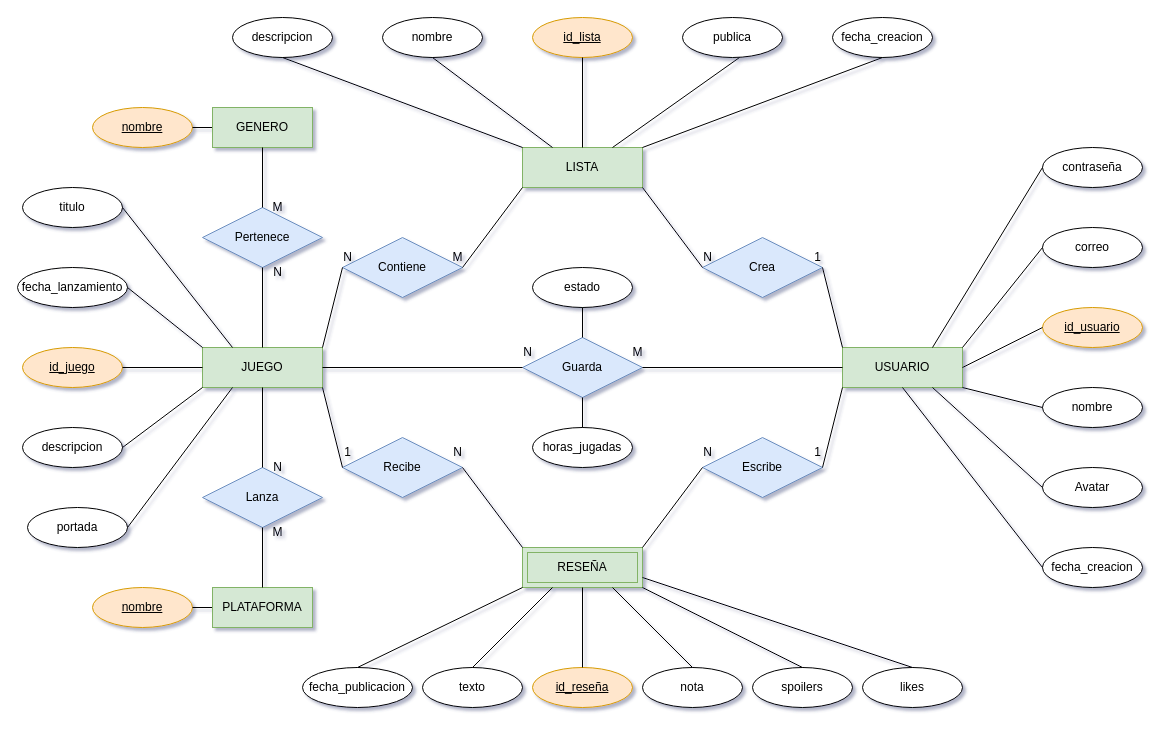
rodriss11sr/MemoryCard keeps this draw.io diagram as docs/diagramaBBDD_v1.drawio. Above is the earlier version. Source tidied: cells renumbered, new cells numbered last; positions are measured from the earlier drawing's top-left corner, leaving out a move shared by most shapes. Both pictures are drawn from the tidied source at 100%, with x=0, y=0 at pixel (17, 17).
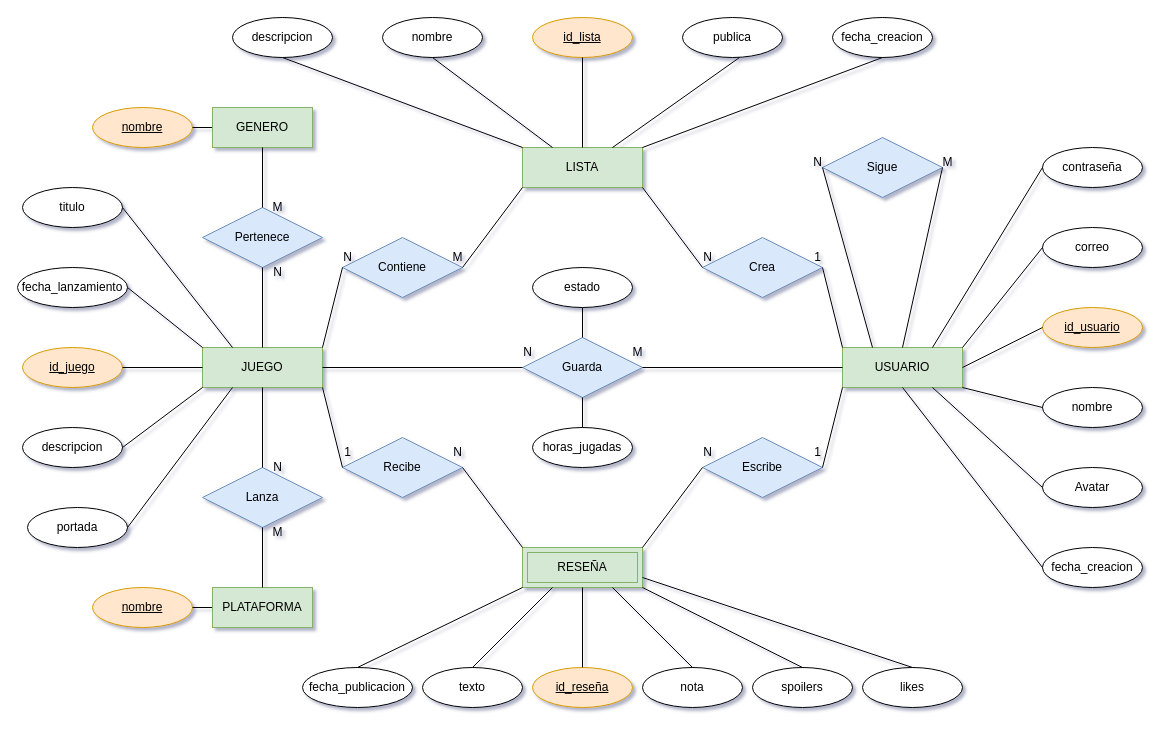
The same diagram, later.

Unchanged cells that the change refers to:
```xml
<mxCell id="2" value="USUARIO" style="whiteSpace=wrap;html=1;align=center;fillColor=#d5e8d4;strokeColor=#82b366;" parent="1" vertex="1">
  <mxGeometry x="825" y="330" width="120" height="40" as="geometry" />
</mxCell>
```

Change to the diagram source:
```diff
@@
+    <mxCell id="95" value="Sigue" style="shape=rhombus;perimeter=rhombusPerimeter;whiteSpace=wrap;html=1;align=center;fillColor=#dae8fc;strokeColor=#6c8ebf;" parent="1" vertex="1">
+      <mxGeometry x="805" y="120" width="120" height="60" as="geometry" />
+    </mxCell>
+    <mxCell id="96" style="endArrow=none;html=1;rounded=0;entryX=0.5;entryY=0;entryDx=0;entryDy=0;exitX=1;exitY=0.5;exitDx=0;exitDy=0;" parent="1" edge="1" source="95" target="2">
+      <mxGeometry relative="1" as="geometry" />
+    </mxCell>
+    <mxCell id="97" style="endArrow=none;html=1;rounded=0;exitX=0.25;exitY=0;exitDx=0;exitDy=0;entryX=0;entryY=0.5;entryDx=0;entryDy=0;" parent="1" edge="1" source="2" target="95">
+      <mxGeometry relative="1" as="geometry" />
+    </mxCell>
+    <mxCell id="98" value="M" style="text;html=1;align=center;verticalAlign=middle;strokeColor=none;fillColor=none;" parent="1" vertex="1">
+      <mxGeometry x="915" y="130" width="30" height="30" as="geometry" />
+    </mxCell>
+    <mxCell id="99" value="N" style="text;html=1;align=center;verticalAlign=middle;strokeColor=none;fillColor=none;" parent="1" vertex="1">
+      <mxGeometry x="785" y="130" width="30" height="30" as="geometry" />
+    </mxCell>
```
